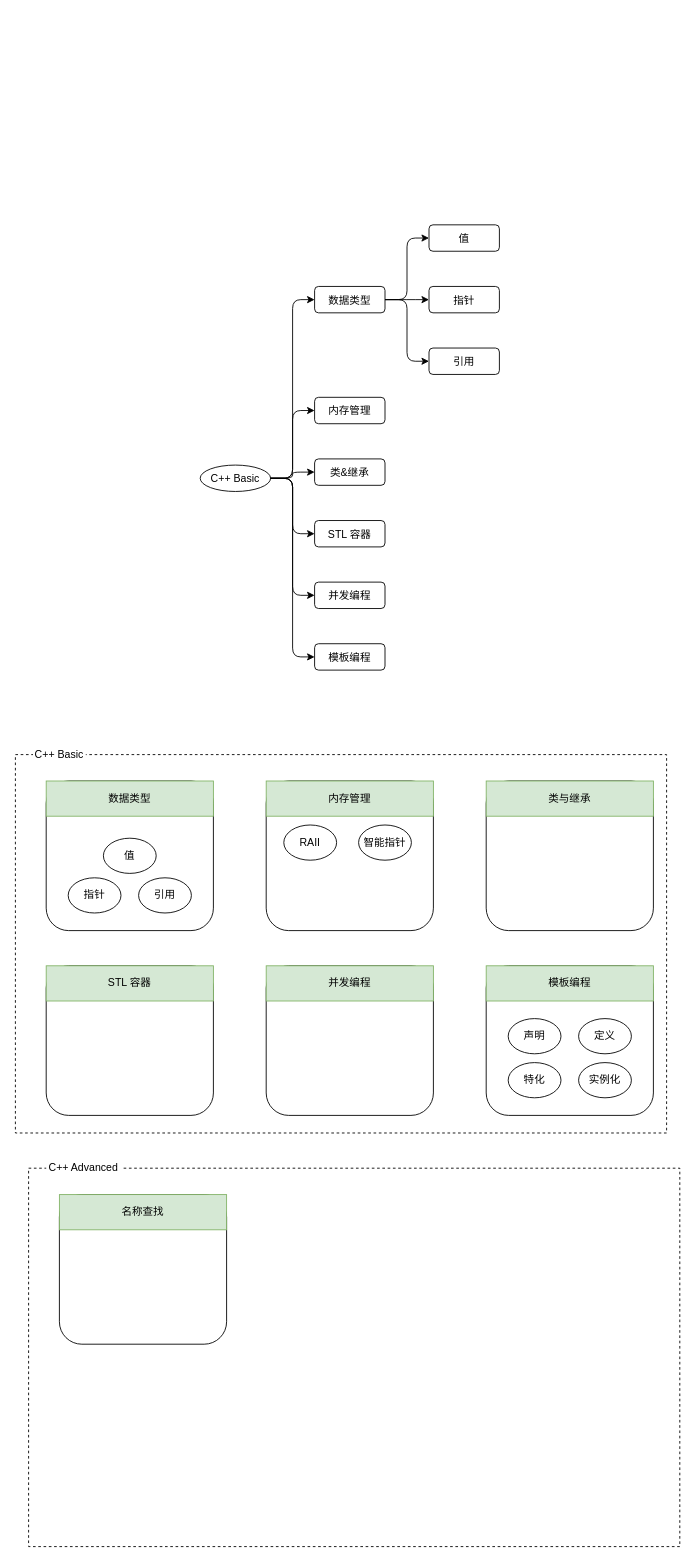
ZiqingYip/moment keeps this draw.io diagram as cplusplus_syntax_component.drawio. Above is the earlier version. Source tidied: cells renumbered, new cells numbered last; positions are measured from the earlier drawing's top-left corner, leaving out a move shared by most shapes. Both pictures are drawn from the tidied source at 88%, with x=0, y=0 at pixel (15, 224).
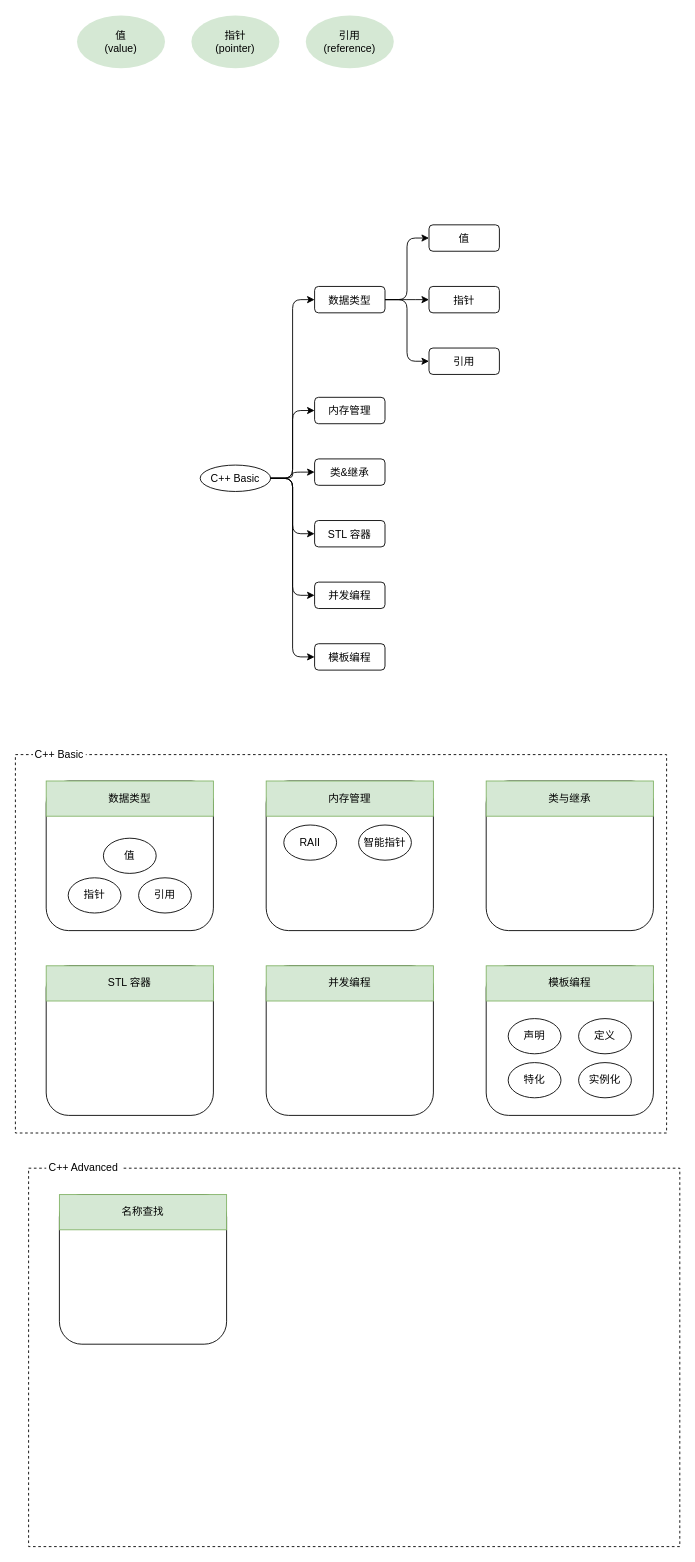
The same diagram, later.

Diff of the diagram source:
```diff
@@
+    <mxCell id="48" value="值&lt;br&gt;(value)" style="ellipse;whiteSpace=wrap;html=1;fillColor=#d5e8d4;strokeColor=none;" parent="1" vertex="1">
+      <mxGeometry x="70" y="-238" width="100" height="60" as="geometry" />
+    </mxCell>
+    <mxCell id="49" value="指针&lt;br&gt;(pointer)" style="ellipse;whiteSpace=wrap;html=1;fillColor=#d5e8d4;strokeColor=none;" parent="1" vertex="1">
+      <mxGeometry x="200" y="-238" width="100" height="60" as="geometry" />
+    </mxCell>
+    <mxCell id="50" value="引用&lt;br&gt;(reference)" style="ellipse;whiteSpace=wrap;html=1;fillColor=#d5e8d4;strokeColor=none;" parent="1" vertex="1">
+      <mxGeometry x="330" y="-238" width="100" height="60" as="geometry" />
+    </mxCell>
```
